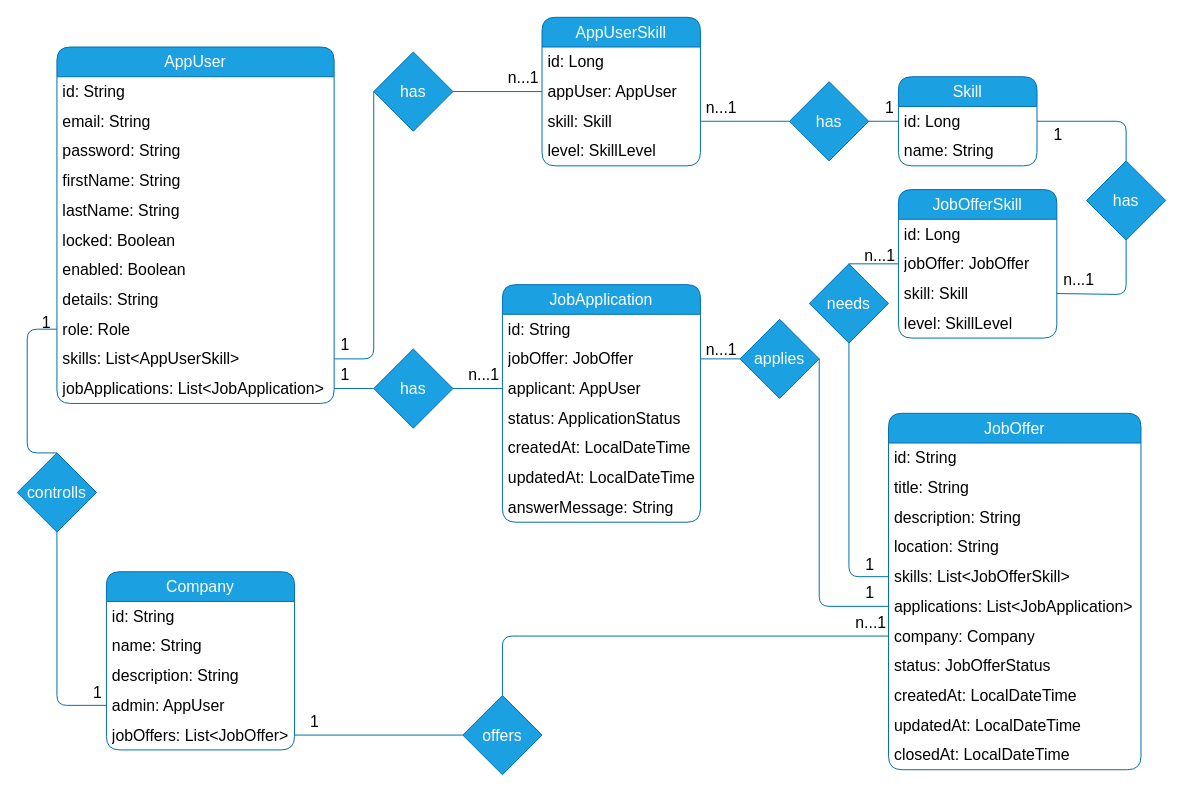
Earlier version of the draw.io diagram page "ERM" (1 of 3) of presentations/ERM.drawio (tnutzmann/JeeBewerbungsTool). Source tidied: cells renumbered, new cells numbered last; positions are measured from the earlier drawing's top-left corner, leaving out a move shared by most shapes. Both pictures are drawn from the tidied source at 99%, with x=0, y=0 at pixel (17, 17).
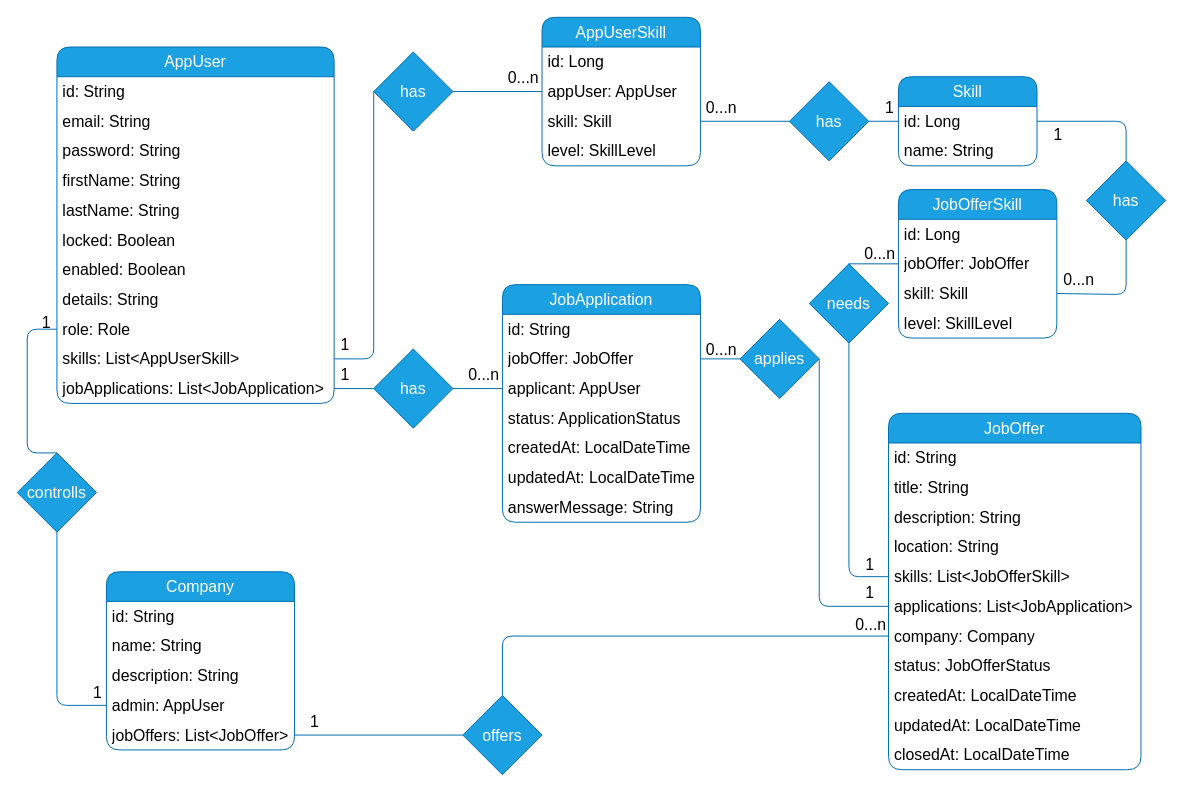
The same diagram, later.

Unchanged cells that the change refers to:
```xml
<mxCell id="39" style="edgeStyle=none;rounded=1;html=1;entryX=1;entryY=0.5;entryDx=0;entryDy=0;shadow=0;labelBackgroundColor=default;labelBorderColor=none;strokeColor=#006EAF;strokeWidth=1;fontSize=16;fontColor=default;startArrow=none;startFill=0;endArrow=none;endFill=0;fillColor=#1ba1e2;exitX=0.5;exitY=0;exitDx=0;exitDy=0;" parent="1" edge="1" source="91" target="15">
  <mxGeometry relative="1" as="geometry">
    <Array as="points">
      <mxPoint x="1120" y="105" />
    </Array>
  </mxGeometry>
</mxCell>
<mxCell id="44" style="edgeStyle=none;rounded=1;html=1;exitX=0.5;exitY=0;exitDx=0;exitDy=0;entryX=0;entryY=0.5;entryDx=0;entryDy=0;shadow=0;labelBackgroundColor=default;labelBorderColor=none;strokeColor=#006EAF;strokeWidth=1;fontSize=16;fontColor=default;startArrow=none;startFill=0;endArrow=none;endFill=0;fillColor=#1ba1e2;" parent="1" edge="1" source="48" target="30">
  <mxGeometry relative="1" as="geometry">
    <Array as="points">
      <mxPoint x="490" y="625" />
    </Array>
  </mxGeometry>
</mxCell>
```

Diff of the diagram source:
```diff
@@
-    <mxCell id="40" value="n...1" style="edgeLabel;html=1;align=center;verticalAlign=middle;fontSize=16;fontColor=default;labelBackgroundColor=none;" parent="39" vertex="1">
+    <mxCell id="40" value="0...n" style="edgeLabel;html=1;align=center;verticalAlign=middle;fontSize=16;fontColor=default;labelBackgroundColor=none;" parent="39" vertex="1">
       <mxGeometry x="0.25" y="-3" relative="1" as="geometry">
         <mxPoint x="-8" y="162" as="offset" />
       </mxGeometry>
     </mxCell>
@@
-    <mxCell id="45" value="n...1" style="edgeLabel;html=1;align=center;verticalAlign=middle;fontSize=16;fontColor=default;labelBackgroundColor=none;" parent="44" vertex="1">
+    <mxCell id="45" value="0...n" style="edgeLabel;html=1;align=center;verticalAlign=middle;fontSize=16;fontColor=default;labelBackgroundColor=none;" parent="44" vertex="1">
       <mxGeometry x="0.01" y="4" relative="1" as="geometry">
-        <mxPoint x="204" y="-11" as="offset" />
+        <mxPoint x="204" y="-9" as="offset" />
       </mxGeometry>
     </mxCell>
@@
-    <mxCell id="76" value="n...1" style="edgeLabel;html=1;align=center;verticalAlign=middle;fontSize=16;fontColor=default;labelBackgroundColor=none;" parent="1" vertex="1">
+    <mxCell id="76" value="0...n" style="edgeLabel;html=1;align=center;verticalAlign=middle;fontSize=16;fontColor=default;labelBackgroundColor=none;" parent="1" vertex="1">
       <mxGeometry x="510" y="60" as="geometry" />
     </mxCell>
-    <mxCell id="77" value="n...1" style="edgeLabel;html=1;align=center;verticalAlign=middle;fontSize=16;fontColor=default;labelBackgroundColor=none;" parent="1" vertex="1">
+    <mxCell id="77" value="0...n" style="edgeLabel;html=1;align=center;verticalAlign=middle;fontSize=16;fontColor=default;labelBackgroundColor=none;" parent="1" vertex="1">
       <mxGeometry x="710" y="90" as="geometry" />
     </mxCell>
@@
-    <mxCell id="87" value="n...1" style="edgeLabel;html=1;align=center;verticalAlign=middle;fontSize=16;labelBackgroundColor=none;" parent="1" vertex="1">
+    <mxCell id="87" value="0...n" style="edgeLabel;html=1;align=center;verticalAlign=middle;fontSize=16;labelBackgroundColor=none;" parent="1" vertex="1">
       <mxGeometry x="470" y="360" as="geometry" />
     </mxCell>
-    <mxCell id="88" value="n...1" style="edgeLabel;html=1;align=center;verticalAlign=middle;fontSize=16;labelBackgroundColor=none;" parent="1" vertex="1">
+    <mxCell id="88" value="0...n" style="edgeLabel;html=1;align=center;verticalAlign=middle;fontSize=16;labelBackgroundColor=none;" parent="1" vertex="1">
       <mxGeometry x="710" y="335" as="geometry" />
     </mxCell>
-    <mxCell id="89" value="n...1" style="edgeLabel;html=1;align=center;verticalAlign=middle;fontSize=16;fontColor=default;labelBackgroundColor=none;" parent="1" vertex="1">
-      <mxGeometry x="870" y="240" as="geometry" />
+    <mxCell id="89" value="0...n" style="edgeLabel;html=1;align=center;verticalAlign=middle;fontSize=16;fontColor=default;labelBackgroundColor=none;" parent="1" vertex="1">
+      <mxGeometry x="870" y="238" as="geometry" />
     </mxCell>
```
